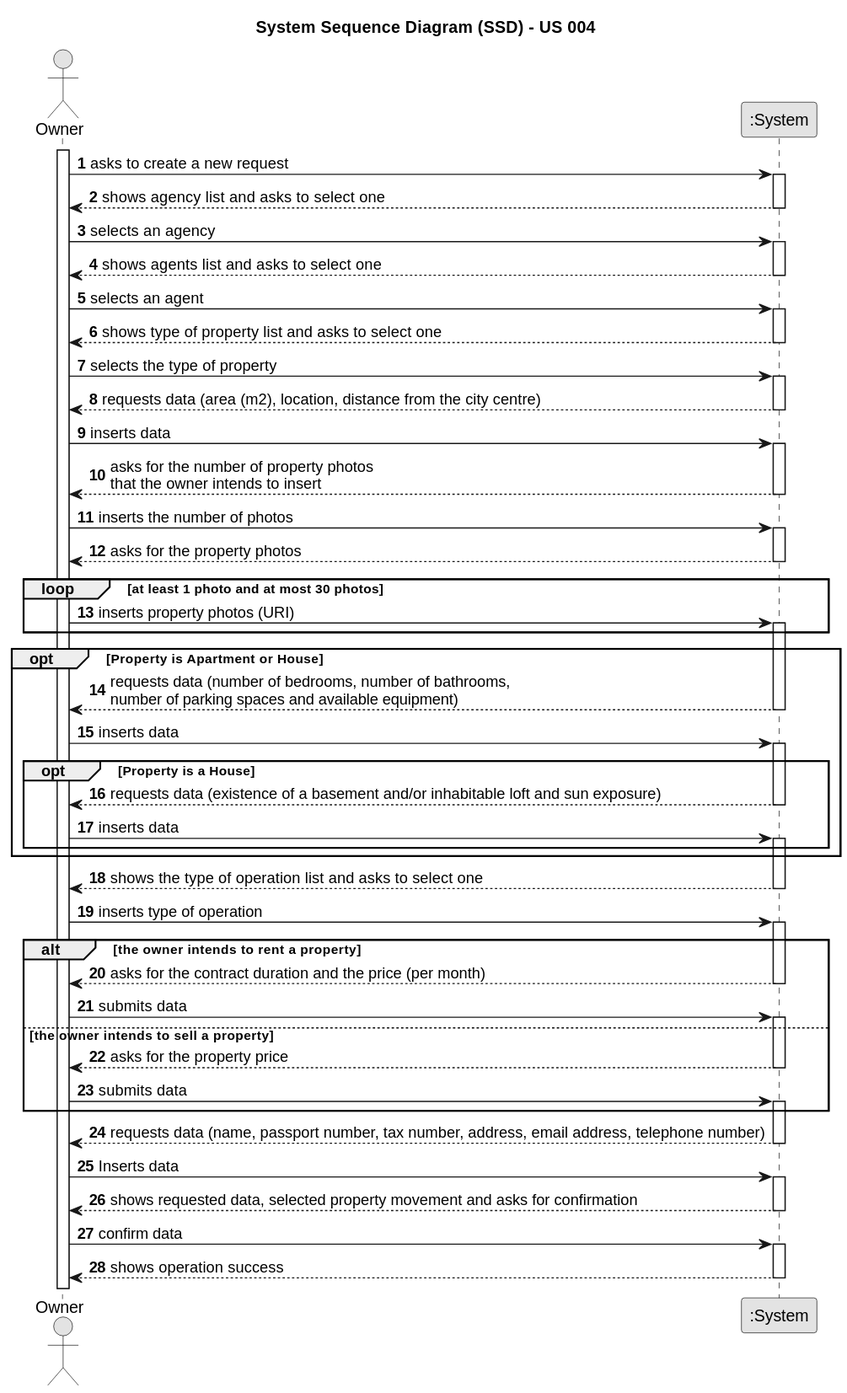
Earlier version of the PlantUML export docs/sprintB/us004/01.requirements-engineering/svg/us004-system-sequence-diagram.svg (1220812/LAPR2).
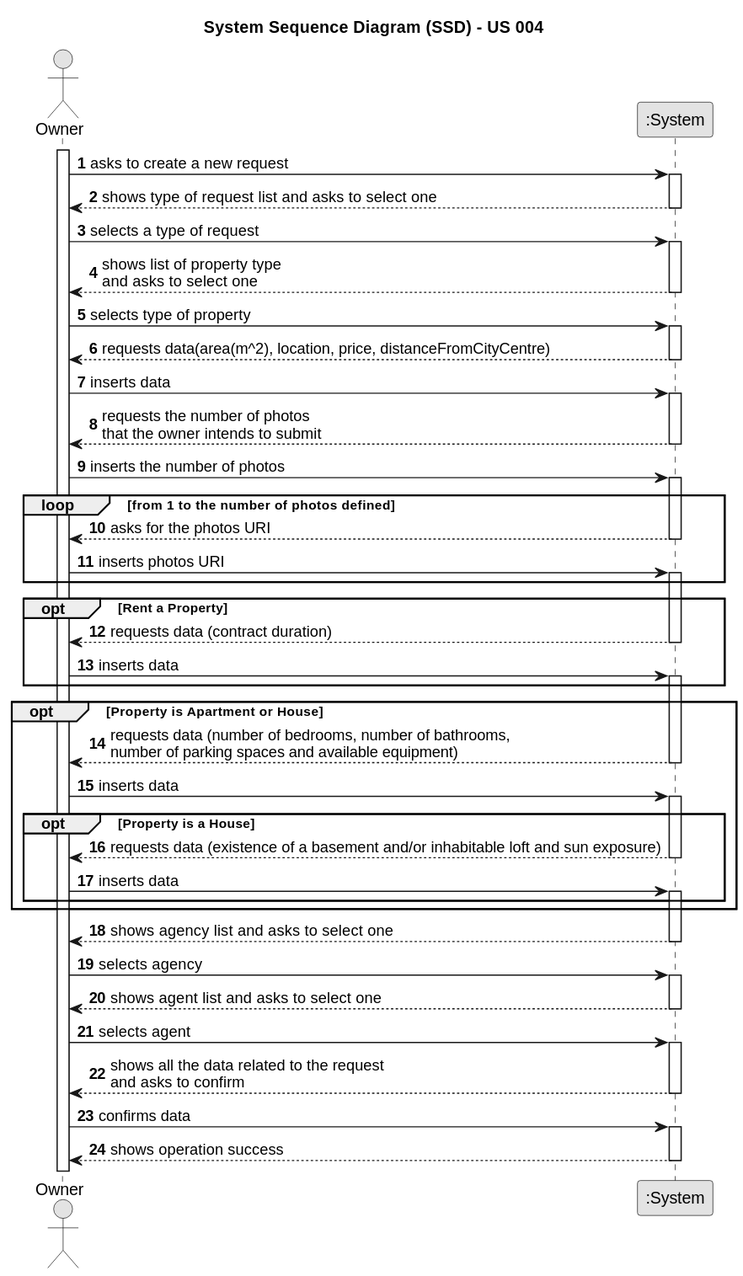
After the change.

Change to the diagram source:
```diff
@@ -15,27 +15,46 @@
     Owner -> System : asks to create a new request
     activate System
 
-        System --> Owner : shows agency list and asks to select one
+        System --> Owner : shows type of request list and asks to select one
     deactivate System
 
-    Owner -> System : selects an agency
+    Owner -> System : selects a type of request
     activate System
 
-        System --> Owner : shows agents list and asks to select one
+        System --> Owner : shows list of property type \nand asks to select one
     deactivate System
 
-    Owner -> System : selects an agent
+    Owner -> System : selects type of property
     activate System
 
 
-        System --> Owner : shows type of property list and asks to select one
+        System --> Owner : requests data(area(m^2), location, price, distanceFromCityCentre)
     deactivate System
 
-    Owner -> System : selects the type of property
+    Owner -> System : inserts data
 
         activate System
 
-        System --> Owner : requests data (area (m2), location, distance from the city centre)
+        System --> Owner : requests the number of photos \nthat the owner intends to submit
+
+    deactivate System
+
+    Owner -> System : inserts the number of photos
+
+    activate System
+
+    loop from 1 to the number of photos defined
+
+    System --> Owner : asks for the photos URI
+    deactivate System
+    Owner -> System : inserts photos URI
+    activate System
+
+    end
+
+    opt Rent a Property
+
+    System --> Owner : requests data (contract duration)
 
     deactivate System
 
@@ -43,30 +62,12 @@
 
     activate System
 
-    System --> Owner : asks for the number of property photos \nthat the owner intends to insert
-
-    deactivate System
-
-    Owner -> System : inserts the number of photos
-
-    activate System
-
-    System --> Owner : asks for the property photos
-
-    deactivate System
-    loop at least 1 photo and at most 30 photos
-
-    Owner -> System : inserts property photos (URI)
-    activate System
-
     end
-   activate System
 
     opt Property is Apartment or House
 
         System --> Owner : requests data (number of bedrooms, number of bathrooms, \nnumber of parking spaces and available equipment)
-
-    deactivate System
+        deactivate System
 
     Owner -> System : inserts data
     activate System
@@ -83,41 +84,23 @@
 
     end
 
-    System --> Owner : shows the type of operation list and asks to select one
+    System --> Owner : shows agency list and asks to select one
     deactivate System
 
-    Owner -> System : inserts type of operation
-
-    alt the owner intends to rent a property
+    Owner -> System : selects agency
     activate System
 
-    System --> Owner : asks for the contract duration and the price (per month)
+    System --> Owner : shows agent list and asks to select one
     deactivate System
 
-    Owner -> System : submits data
+    Owner -> System : selects agent
     activate System
 
-    else the owner intends to sell a property
-    System --> Owner : asks for the property price
+    System --> Owner : shows all the data related to the request \nand asks to confirm
 
     deactivate System
 
-    Owner -> System : submits data
-    activate System
-
-    end
-
-          System --> Owner : requests data (name, passport number, tax number, address, email address, telephone number)
-    deactivate System
-
-    Owner -> System : Inserts data
-    activate System
-
-           System --> Owner : shows requested data, selected property movement and asks for confirmation
-
-    deactivate System
-
-    Owner -> System : confirm data
+    Owner -> System : confirms data
     activate System
 
             System --> Owner : shows operation success
```
